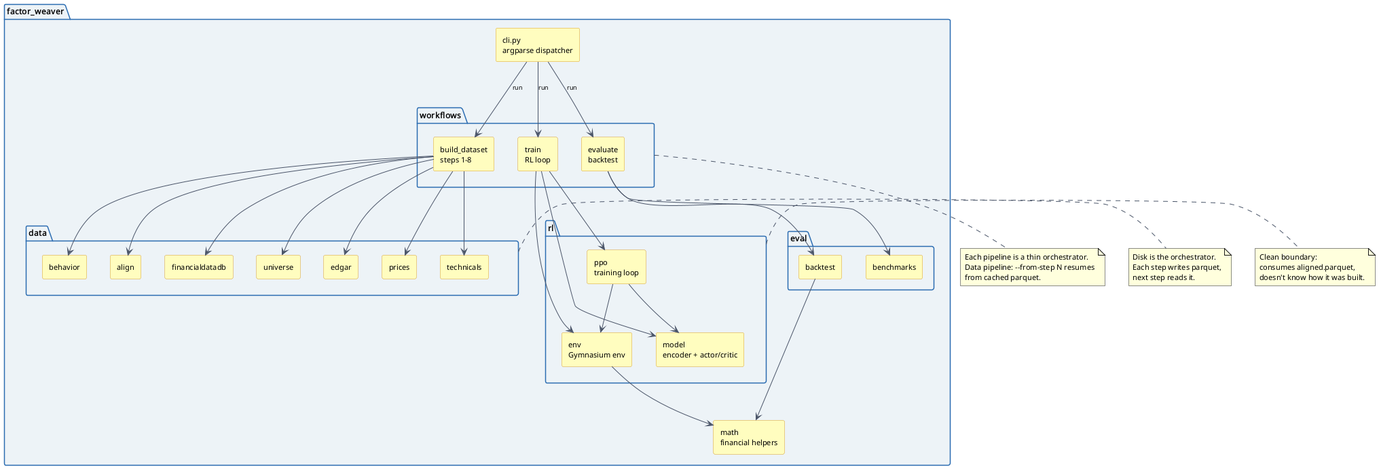
This is docs/figures/architecture.png from life00/factor-weaver, a PlantUML export, as it was before one commit.
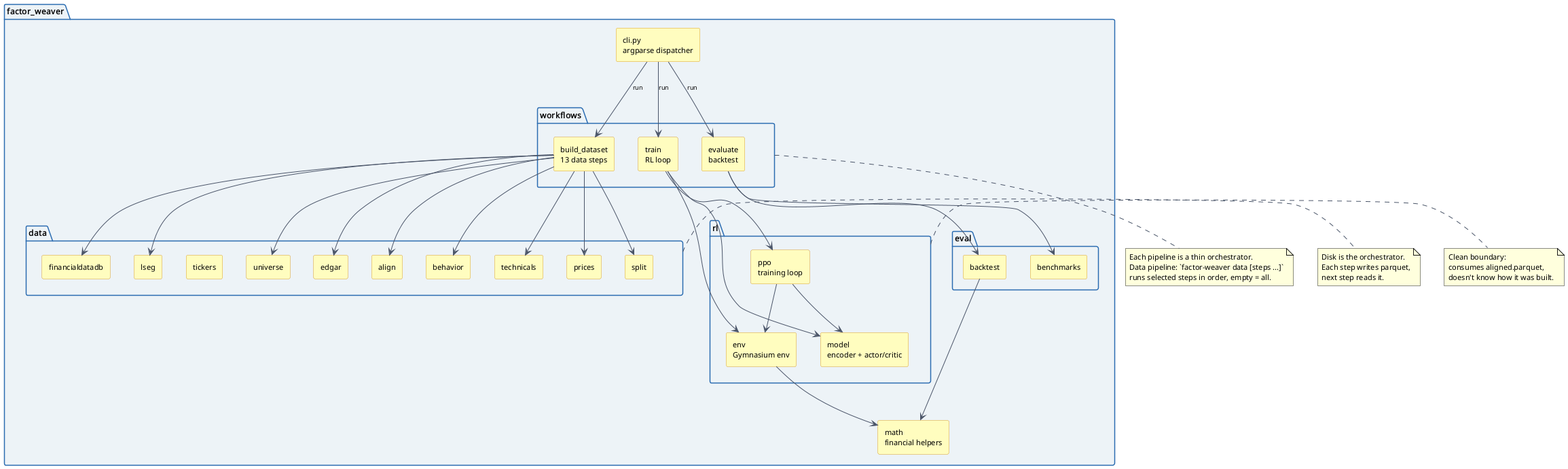
After the commit.

The edit, as a diff of the source:
```diff
@@ -28,19 +28,22 @@
   rectangle cli as "cli.py\nargparse dispatcher"
 
   package "workflows" as workflows {
-    rectangle build_dataset as "build_dataset\nsteps 1-8"
+    rectangle build_dataset as "build_dataset\n13 data steps"
     rectangle train as "train\nRL loop"
     rectangle evaluate as "evaluate\nbacktest"
   }
 
   package "data" as data_pkg {
     rectangle parse_fund as "financialdatadb"
+    rectangle lseg as "lseg"
+    rectangle tickers as "tickers"
     rectangle universe as "universe"
     rectangle edgar as "edgar"
     rectangle prices as "prices"
     rectangle technicals as "technicals"
     rectangle behavior as "behavior"
     rectangle align as "align"
+    rectangle split as "split"
   }
 
   package "rl" {
@@ -63,12 +66,14 @@
 cli --> evaluate : run
 
 build_dataset --> parse_fund
+build_dataset --> lseg
 build_dataset --> universe
 build_dataset --> edgar
 build_dataset --> prices
 build_dataset --> technicals
 build_dataset --> behavior
 build_dataset --> align
+build_dataset --> split
 
 train --> env
 train --> model
@@ -84,8 +89,8 @@
 
 note bottom of workflows
   Each pipeline is a thin orchestrator.
-  Data pipeline: --from-step N resumes
-  from cached parquet.
+  Data pipeline: `factor-weaver data [steps ...]`
+  runs selected steps in order, empty = all.
 end note
 
 note right of data_pkg
```
